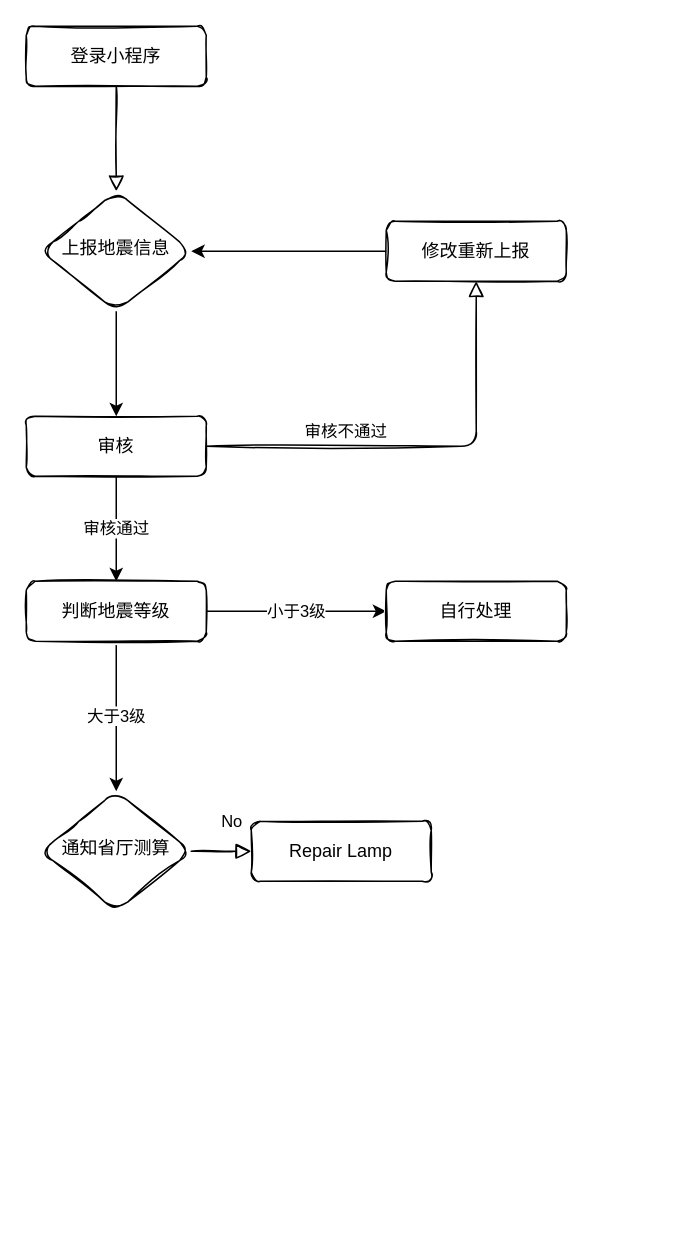
tiger1103/tp5-admin keeps this draw.io diagram as runtime/未命名绘图.drawio. Above is the earlier version. Source tidied: cells renumbered, new cells numbered last; positions are measured from the earlier drawing's top-left corner, leaving out a move shared by most shapes. Both pictures are drawn from the tidied source at 150%, with x=0, y=0 at pixel (26, 26).
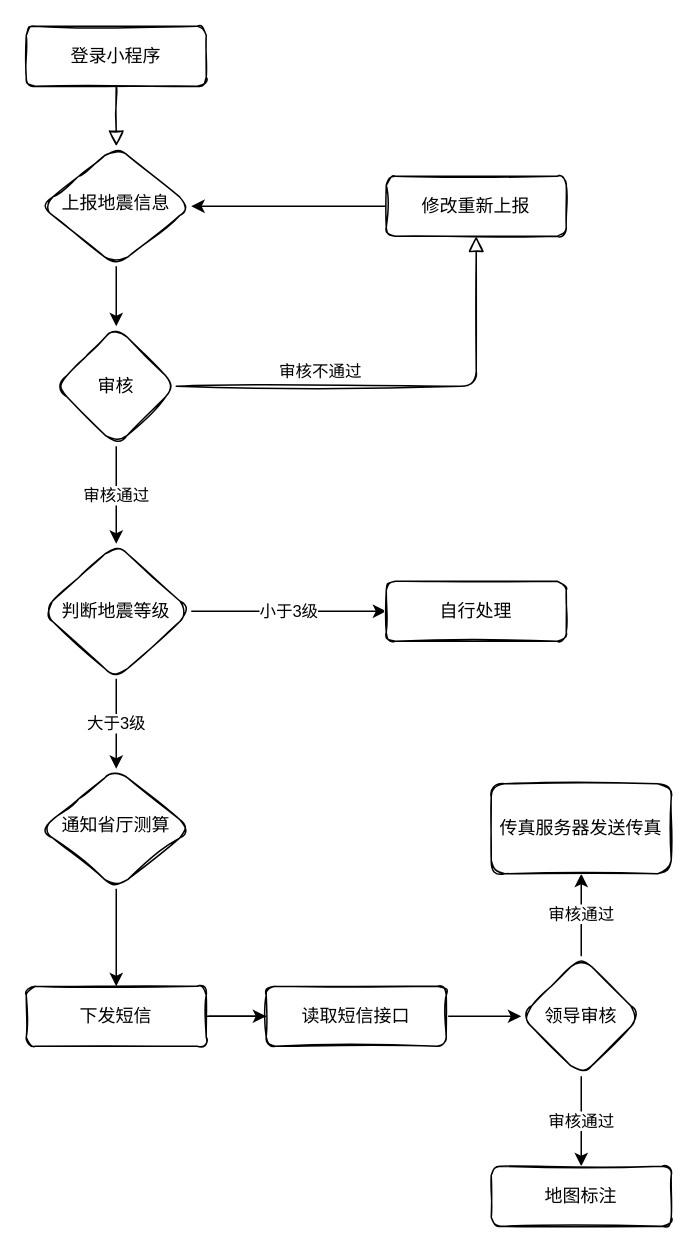
The same page after the edit.

Diff of the diagram source:
```diff
@@
     <mxCell id="6" value="上报地震信息" style="rhombus;whiteSpace=wrap;html=1;shadow=0;fontFamily=Helvetica;fontSize=12;align=center;strokeWidth=1;spacing=6;spacingTop=-4;sketch=1;rounded=1;" parent="1" vertex="1">
-      <mxGeometry x="10" y="110" width="100" height="80" as="geometry" />
+      <mxGeometry x="10" y="80" width="100" height="80" as="geometry" />
     </mxCell>
@@
     <mxCell id="8" value="修改重新上报" style="rounded=1;whiteSpace=wrap;html=1;fontSize=12;glass=0;strokeWidth=1;shadow=0;sketch=1;" parent="1" vertex="1">
-      <mxGeometry x="240" y="130" width="120" height="40" as="geometry" />
+      <mxGeometry x="240" y="100" width="120" height="40" as="geometry" />
     </mxCell>
-    <mxCell id="9" value="No" style="rounded=1;html=1;jettySize=auto;fontSize=11;endArrow=block;endFill=0;endSize=8;strokeWidth=1;shadow=0;labelBackgroundColor=none;edgeStyle=orthogonalEdgeStyle;sketch=1;" parent="1" edge="1" source="10" target="11">
-      <mxGeometry x="0.33" y="20" relative="1" as="geometry" />
+    <mxCell id="9" style="edgeStyle=orthogonalEdgeStyle;rounded=0;jettySize=auto;html=1;entryX=0.5;entryY=0;entryDx=0;entryDy=0;" parent="1" edge="1" source="10" target="11">
+      <mxGeometry relative="1" as="geometry" />
     </mxCell>
     <mxCell id="10" value="通知省厅测算" style="rhombus;whiteSpace=wrap;html=1;shadow=0;fontFamily=Helvetica;fontSize=12;align=center;strokeWidth=1;spacing=6;spacingTop=-4;sketch=1;rounded=1;" parent="1" vertex="1">
-      <mxGeometry x="10" y="510" width="100" height="80" as="geometry" />
+      <mxGeometry x="10" y="495" width="100" height="80" as="geometry" />
     </mxCell>
+    <mxCell id="18" style="edgeStyle=orthogonalEdgeStyle;rounded=0;jettySize=auto;html=1;startArrow=none;" parent="1" edge="1" source="25" target="22">
+      <mxGeometry relative="1" as="geometry" />
+    </mxCell>
+    <mxCell id="19" style="edgeStyle=orthogonalEdgeStyle;rounded=0;jettySize=auto;html=1;" parent="1" edge="1" source="11" target="25">
+      <mxGeometry relative="1" as="geometry" />
+    </mxCell>
-    <mxCell id="11" value="Repair Lamp" style="rounded=1;whiteSpace=wrap;html=1;fontSize=12;glass=0;strokeWidth=1;shadow=0;sketch=1;" parent="1" vertex="1">
-      <mxGeometry x="150" y="530" width="120" height="40" as="geometry" />
+    <mxCell id="11" value="下发短信" style="rounded=1;whiteSpace=wrap;html=1;fontSize=12;glass=0;strokeWidth=1;shadow=0;sketch=1;" parent="1" vertex="1">
+      <mxGeometry y="640" width="120" height="40" as="geometry" />
     </mxCell>
-    <mxCell id="12" value="大于3级" style="edgeStyle=orthogonalEdgeStyle;rounded=0;jettySize=auto;html=1;entryX=0.5;entryY=0;entryDx=0;entryDy=0;" parent="1" edge="1" source="14" target="10">
+    <mxCell id="12" value="大于3级" style="edgeStyle=orthogonalEdgeStyle;rounded=0;jettySize=auto;html=1;entryX=0.5;entryY=0;entryDx=0;entryDy=0;exitX=0.5;exitY=1;exitDx=0;exitDy=0;" parent="1" edge="1" source="14" target="10">
       <mxGeometry relative="1" as="geometry" />
     </mxCell>
@@
+    <mxCell id="15" value="审核通过" style="edgeStyle=orthogonalEdgeStyle;rounded=0;jettySize=auto;html=1;exitX=0.5;exitY=1;exitDx=0;exitDy=0;" parent="1" edge="1" source="16" target="14">
+      <mxGeometry relative="1" as="geometry" />
+    </mxCell>
+    <mxCell id="17" value="自行处理" style="rounded=1;whiteSpace=wrap;html=1;fontSize=12;glass=0;strokeWidth=1;shadow=0;sketch=1;" parent="1" vertex="1">
+      <mxGeometry x="240" y="370" width="120" height="40" as="geometry" />
+    </mxCell>
+    <mxCell id="20" value="审核通过" style="edgeStyle=orthogonalEdgeStyle;rounded=0;jettySize=auto;html=1;" parent="1" edge="1" source="22" target="23">
+      <mxGeometry relative="1" as="geometry" />
+    </mxCell>
+    <mxCell id="21" value="审核通过" style="edgeStyle=orthogonalEdgeStyle;rounded=0;jettySize=auto;html=1;" parent="1" edge="1" source="22" target="24">
+      <mxGeometry relative="1" as="geometry" />
+    </mxCell>
+    <mxCell id="22" value="领导审核" style="rhombus;whiteSpace=wrap;html=1;rounded=1;glass=0;strokeWidth=1;shadow=0;sketch=1;" parent="1" vertex="1">
+      <mxGeometry x="330" y="620" width="80" height="80" as="geometry" />
+    </mxCell>
+    <mxCell id="16" value="审核" style="rhombus;whiteSpace=wrap;html=1;rounded=1;glass=0;strokeWidth=1;shadow=0;sketch=1;" parent="1" vertex="1">
+      <mxGeometry x="20" y="200" width="80" height="80" as="geometry" />
+    </mxCell>
-    <mxCell id="14" value="判断地震等级" style="rounded=1;whiteSpace=wrap;html=1;fontSize=12;glass=0;strokeWidth=1;shadow=0;sketch=1;" parent="1" vertex="1">
-      <mxGeometry y="370" width="120" height="40" as="geometry" />
+    <mxCell id="14" value="判断地震等级" style="rhombus;whiteSpace=wrap;html=1;rounded=1;glass=0;strokeWidth=1;shadow=0;sketch=1;" parent="1" vertex="1">
+      <mxGeometry x="10" y="345" width="100" height="90" as="geometry" />
     </mxCell>
-    <mxCell id="15" value="审核通过" style="edgeStyle=orthogonalEdgeStyle;rounded=0;jettySize=auto;html=1;entryX=0.5;entryY=0;entryDx=0;entryDy=0;" parent="1" edge="1" source="16" target="14">
-      <mxGeometry relative="1" as="geometry" />
-    </mxCell>
-    <mxCell id="16" value="审核" style="rounded=1;whiteSpace=wrap;html=1;fontSize=12;glass=0;strokeWidth=1;shadow=0;sketch=1;" parent="1" vertex="1">
-      <mxGeometry y="260" width="120" height="40" as="geometry" />
-    </mxCell>
-    <mxCell id="17" value="自行处理" style="rounded=1;whiteSpace=wrap;html=1;fontSize=12;glass=0;strokeWidth=1;shadow=0;sketch=1;" parent="1" vertex="1">
-      <mxGeometry x="240" y="370" width="120" height="40" as="geometry" />
-    </mxCell>
+    <mxCell id="23" value="传真服务器发送传真" style="whiteSpace=wrap;html=1;rounded=1;glass=0;strokeWidth=1;shadow=0;sketch=1;" parent="1" vertex="1">
+      <mxGeometry x="310" y="505" width="120" height="60" as="geometry" />
+    </mxCell>
+    <mxCell id="24" value="地图标注" style="whiteSpace=wrap;html=1;rounded=1;glass=0;strokeWidth=1;shadow=0;sketch=1;" parent="1" vertex="1">
+      <mxGeometry x="310" y="760" width="120" height="40" as="geometry" />
+    </mxCell>
+    <mxCell id="25" value="读取短信接口" style="rounded=1;whiteSpace=wrap;html=1;fontSize=12;glass=0;strokeWidth=1;shadow=0;sketch=1;" parent="1" vertex="1">
+      <mxGeometry x="160" y="640" width="120" height="40" as="geometry" />
+    </mxCell>
+    <mxCell id="26" style="edgeStyle=orthogonalEdgeStyle;rounded=0;jettySize=auto;html=1;endArrow=none;" parent="1" edge="1" source="11" target="25">
+      <mxGeometry relative="1" as="geometry" />
+    </mxCell>
```
